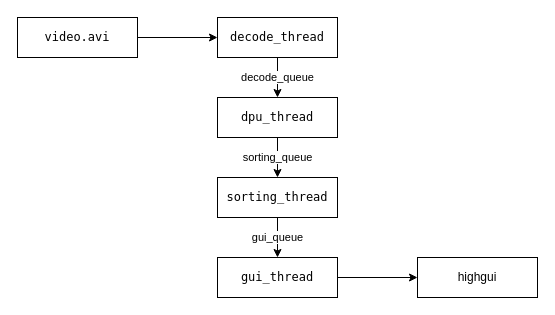
Before: Vitis-YOLOX-VideoDemo.drawio in xusiwei/pic, a draw.io diagram. Source tidied: cells renumbered, new cells numbered last; positions are measured from the earlier drawing's top-left corner, leaving out a move shared by most shapes. Both pictures are drawn from the tidied source at 100%, with x=0, y=0 at pixel (17, 17).
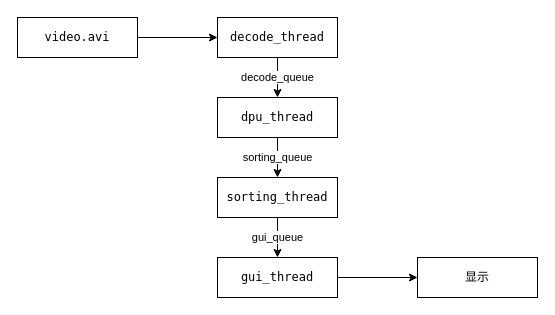
The same page after the edit.

Change to the diagram source:
```diff
@@
 <mxGraphModel>
   <root>
     <mxCell id="0" />
     <mxCell id="1" parent="0" />
     <mxCell id="2" value="decode_queue" style="edgeStyle=orthogonalEdgeStyle;rounded=0;jettySize=auto;html=1;" parent="1" edge="1" source="3" target="7">
       <mxGeometry relative="1" as="geometry" />
     </mxCell>
     <mxCell id="3" value="decode_thread" style="rounded=0;whiteSpace=wrap;html=1;fontFamily=Lucida Console;" parent="1" vertex="1">
       <mxGeometry x="200" width="120" height="40" as="geometry" />
     </mxCell>
     <mxCell id="4" style="edgeStyle=orthogonalEdgeStyle;rounded=0;jettySize=auto;html=1;" parent="1" edge="1" source="5" target="3">
       <mxGeometry relative="1" as="geometry" />
     </mxCell>
     <mxCell id="5" value="video.avi" style="rounded=0;whiteSpace=wrap;html=1;fontFamily=Lucida Console;" parent="1" vertex="1">
       <mxGeometry width="120" height="40" as="geometry" />
     </mxCell>
     <mxCell id="6" value="sorting_queue" style="edgeStyle=orthogonalEdgeStyle;rounded=0;jettySize=auto;html=1;" parent="1" edge="1" source="7" target="9">
       <mxGeometry relative="1" as="geometry" />
     </mxCell>
     <mxCell id="7" value="dpu_thread" style="rounded=0;whiteSpace=wrap;html=1;fontFamily=Lucida Console;" parent="1" vertex="1">
       <mxGeometry x="200" y="80" width="120" height="40" as="geometry" />
     </mxCell>
     <mxCell id="8" value="gui_queue" style="edgeStyle=orthogonalEdgeStyle;rounded=0;jettySize=auto;html=1;" parent="1" edge="1" source="9" target="11">
       <mxGeometry relative="1" as="geometry" />
     </mxCell>
     <mxCell id="9" value="sorting_thread" style="rounded=0;whiteSpace=wrap;html=1;fontFamily=Lucida Console;" parent="1" vertex="1">
       <mxGeometry x="200" y="160" width="120" height="40" as="geometry" />
     </mxCell>
     <mxCell id="10" style="edgeStyle=orthogonalEdgeStyle;rounded=0;jettySize=auto;html=1;" parent="1" edge="1" source="11" target="12">
       <mxGeometry relative="1" as="geometry" />
     </mxCell>
     <mxCell id="11" value="gui_thread" style="rounded=0;whiteSpace=wrap;html=1;fontFamily=Lucida Console;" parent="1" vertex="1">
       <mxGeometry x="200" y="240" width="120" height="40" as="geometry" />
     </mxCell>
-    <mxCell id="12" value="highgui" style="rounded=0;whiteSpace=wrap;html=1;" parent="1" vertex="1">
+    <mxCell id="12" value="显示" style="rounded=0;whiteSpace=wrap;html=1;" parent="1" vertex="1">
       <mxGeometry x="400" y="240" width="120" height="40" as="geometry" />
     </mxCell>
   </root>
 </mxGraphModel>
```
